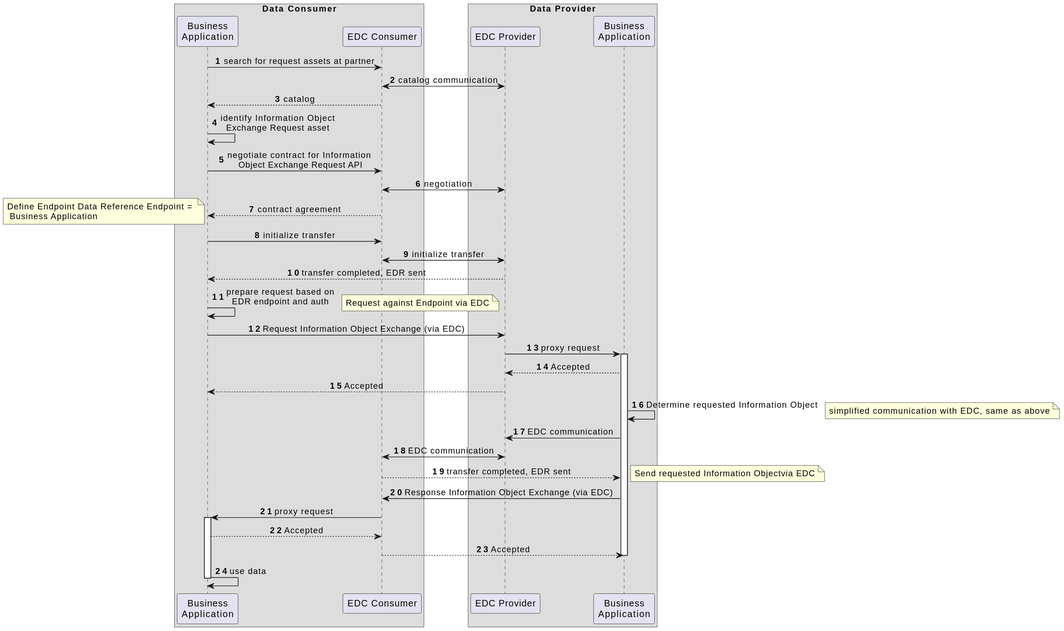
eclipse-tractusx/puris keeps this PlantUML diagram as docs/arc42/img/06-api-flow-detailed.svg. Above is the earlier version.
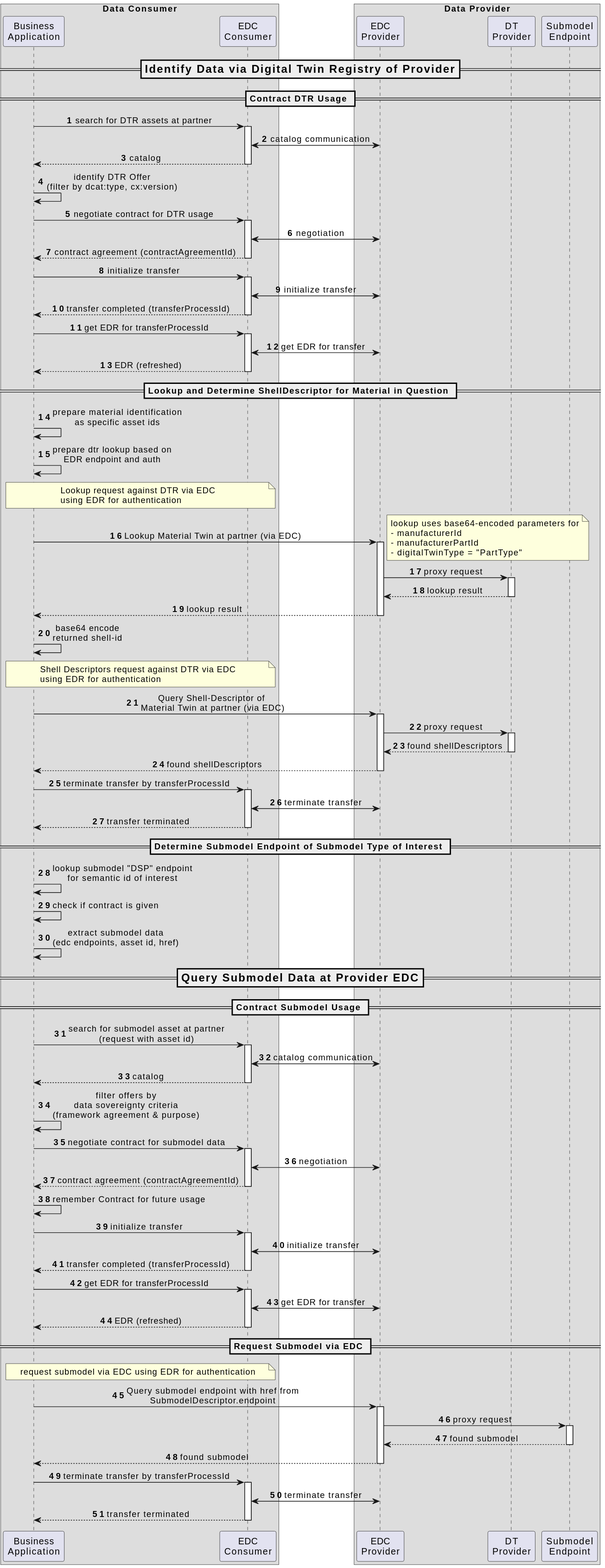
The same diagram one commit later.

Commit message:
docs(arc42/runtimeView): updated GET Submodel workflow

Diff of the diagram source:
```diff
@@ -4,53 +4,135 @@
 
 box "Data Consumer"
 participant "Business\nApplication" as app_cons
-participant "EDC Consumer" as edc_cons
+participant "EDC\nConsumer" as edc_cons
 end box
 
 box "Data Provider"
-participant "EDC Provider" as edc_prov
-participant "Business\nApplication" as app_prov
+participant "EDC\nProvider" as edc_prov
+participant "DT\nProvider" as dtr_prov
+participant "Submodel\nEndpoint" as se_prov
 end box
 
-app_cons -> edc_cons: search for request assets at partner
+=== Identify Data via Digital Twin Registry of Provider ==
+== Contract DTR Usage ==
+app_cons -> edc_cons: search for DTR assets at partner
+activate edc_cons
 edc_cons <-> edc_prov: catalog communication
 edc_cons --> app_cons: catalog
+deactivate edc_cons
 
-app_cons -> app_cons: identify Information Object\nExchange Request asset
+app_cons -> app_cons: identify DTR Offer\n(filter by dcat:type, cx:version)
 
-app_cons -> edc_cons: negotiate contract for Information\n Object Exchange Request API
+app_cons -> edc_cons: negotiate contract for DTR usage
+activate edc_cons
 edc_cons <-> edc_prov: negotiation
-edc_cons --> app_cons: contract agreement
+edc_cons --> app_cons: contract agreement (contractAgreementId)
+deactivate edc_cons
 
-note left: Define Endpoint Data Reference Endpoint = \n Business Application
 app_cons -> edc_cons: initialize transfer
+activate edc_cons
 edc_cons <-> edc_prov: initialize transfer
-edc_prov --> app_cons: transfer completed, EDR sent
+edc_cons --> app_cons: transfer completed (transferProcessId)
+deactivate edc_cons
 
-app_cons -> app_cons: prepare request based on\nEDR endpoint and auth
+app_cons -> edc_cons: get EDR for transferProcessId
+activate edc_cons
+edc_cons <-> edc_prov: get EDR for transfer
+edc_cons --> app_cons: EDR (refreshed)
+deactivate edc_cons
 
-note right: Request against Endpoint via EDC
-app_cons ->  edc_prov: Request Information Object Exchange (via EDC)
-edc_prov -> app_prov: proxy request
-activate  app_prov
-app_prov --> edc_prov: Accepted
-edc_prov --> app_cons: Accepted
+== Lookup and Determine ShellDescriptor for Material in Question ==
+app_cons -> app_cons: prepare material identification\nas specific asset ids
+app_cons -> app_cons: prepare dtr lookup based on\nEDR endpoint and auth
 
-app_prov ->  app_prov: Determine requested Information Object
+note over app_cons, edc_cons
+Lookup request against DTR via EDC
+using EDR for authentication
+end note
+app_cons ->  edc_prov: Lookup Material Twin at partner (via EDC)
+note right
+lookup uses base64-encoded parameters for
+- manufacturerId
+- manufacturerPartId
+- digitalTwinType = "PartType"
+end note
+activate edc_prov
+edc_prov -> dtr_prov: proxy request
+activate dtr_prov
+dtr_prov --> edc_prov: lookup result
+deactivate dtr_prov
+edc_prov --> app_cons: lookup result
+deactivate edc_prov
+app_cons -> app_cons: base64 encode\nreturned shell-id
 
-note right: simplified communication with EDC, same as above
-app_prov -> edc_prov: EDC communication
-edc_prov <-> edc_cons: EDC communication
-edc_cons --> app_prov: transfer completed, EDR sent
+note over app_cons, edc_cons
+Shell Descriptors request against DTR via EDC
+using EDR for authentication
+end note
+app_cons ->  edc_prov: Query Shell-Descriptor of \nMaterial Twin at partner (via EDC)
+activate edc_prov
+edc_prov -> dtr_prov: proxy request
+activate dtr_prov
+dtr_prov --> edc_prov: found shellDescriptors
+deactivate dtr_prov
+edc_prov --> app_cons: found shellDescriptors
+deactivate edc_prov
 
-note right: Send requested Information Objectvia EDC
-app_prov ->  edc_cons: Response Information Object Exchange (via EDC)
-edc_cons -> app_cons: proxy request
-activate  app_cons
-app_cons --> edc_cons: Accepted
-edc_cons --> app_prov: Accepted
-deactivate app_prov
+app_cons -> edc_cons: terminate transfer by transferProcessId
+activate edc_cons
+edc_cons <-> edc_prov: terminate transfer
+edc_cons --> app_cons: transfer terminated
+deactivate edc_cons
 
-app_cons -> app_cons: use data
-deactivate app_cons
+== Determine Submodel Endpoint of Submodel Type of Interest ==
+app_cons -> app_cons: lookup submodel "DSP" endpoint\nfor semantic id of interest
+app_cons -> app_cons: check if contract is given
+app_cons -> app_cons: extract submodel data\n(edc endpoints, asset id, href)
+
+=== Query Submodel Data at Provider EDC ==
+== Contract Submodel Usage ==
+app_cons -> edc_cons: search for submodel asset at partner\n(request with asset id)
+activate edc_cons
+edc_cons <-> edc_prov: catalog communication
+edc_cons --> app_cons: catalog
+deactivate edc_cons
+
+app_cons -> app_cons: filter offers by\ndata sovereignty criteria\n(framework agreement & purpose)
+
+app_cons -> edc_cons: negotiate contract for submodel data
+activate edc_cons
+edc_cons <-> edc_prov: negotiation
+edc_cons --> app_cons: contract agreement (contractAgreementId)
+deactivate edc_cons
+
+app_cons -> app_cons: remember Contract for future usage
+
+app_cons -> edc_cons: initialize transfer
+activate edc_cons
+edc_cons <-> edc_prov: initialize transfer
+edc_cons --> app_cons: transfer completed (transferProcessId)
+deactivate edc_cons
+
+app_cons -> edc_cons: get EDR for transferProcessId
+activate edc_cons
+edc_cons <-> edc_prov: get EDR for transfer
+edc_cons --> app_cons: EDR (refreshed)
+deactivate edc_cons
+
+== Request Submodel via EDC ==
+note over app_cons, edc_cons: request submodel via EDC using EDR for authentication
+app_cons ->  edc_prov: Query submodel endpoint with href from\nSubmodelDescriptor.endpoint
+activate edc_prov
+edc_prov -> se_prov: proxy request
+activate se_prov
+se_prov --> edc_prov: found submodel
+deactivate se_prov
+edc_prov --> app_cons: found submodel
+deactivate edc_prov
+
+app_cons -> edc_cons: terminate transfer by transferProcessId
+activate edc_cons
+edc_cons <-> edc_prov: terminate transfer
+edc_cons --> app_cons: transfer terminated
+deactivate edc_cons
 @enduml
```
